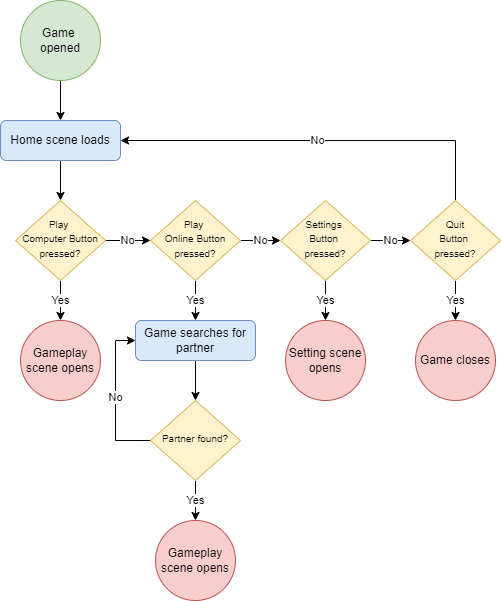
Before: HomeScene.png, a diagram exported from draw.io (zkturman/TiltaPong). Source tidied: cells renumbered, new cells last; positions are measured from the earlier drawing's top-left corner, leaving out a move shared by most shapes. Source of this version:
```xml
<mxGraphModel>
  <root>
    <mxCell id="0" />
    <mxCell id="1" parent="0" />
    <mxCell id="2" value="No" style="edgeStyle=orthogonalEdgeStyle;rounded=0;jettySize=auto;html=1;exitX=1;exitY=0.5;exitDx=0;exitDy=0;entryX=0;entryY=0.5;entryDx=0;entryDy=0;" parent="1" edge="1" source="4" target="9">
      <mxGeometry relative="1" as="geometry" />
    </mxCell>
    <mxCell id="3" value="Yes" style="edgeStyle=orthogonalEdgeStyle;rounded=0;jettySize=auto;html=1;exitX=0.5;exitY=1;exitDx=0;exitDy=0;entryX=0.5;entryY=0;entryDx=0;entryDy=0;" parent="1" edge="1" source="4" target="26">
      <mxGeometry relative="1" as="geometry" />
    </mxCell>
    <mxCell id="4" value="&lt;font style=&quot;font-size: 10px&quot;&gt;Play &lt;br&gt;Computer Button pressed?&lt;/font&gt;" style="rhombus;whiteSpace=wrap;html=1;shadow=0;fontFamily=Helvetica;fontSize=12;align=center;strokeWidth=1;spacing=6;spacingTop=-4;fillColor=#fff2cc;strokeColor=#d6b656;" parent="1" vertex="1">
      <mxGeometry x="15" y="200" width="90" height="80" as="geometry" />
    </mxCell>
    <mxCell id="5" style="edgeStyle=orthogonalEdgeStyle;rounded=0;jettySize=auto;html=1;exitX=0.5;exitY=1;exitDx=0;exitDy=0;" parent="1" edge="1" source="6" target="17">
      <mxGeometry relative="1" as="geometry" />
    </mxCell>
    <mxCell id="6" value="Game&amp;nbsp;&lt;br&gt;opened" style="ellipse;whiteSpace=wrap;html=1;fillColor=#d5e8d4;strokeColor=#82b366;" parent="1" vertex="1">
      <mxGeometry x="20" width="80" height="80" as="geometry" />
    </mxCell>
    <mxCell id="7" value="No" style="edgeStyle=orthogonalEdgeStyle;rounded=0;jettySize=auto;html=1;exitX=1;exitY=0.5;exitDx=0;exitDy=0;entryX=0;entryY=0.5;entryDx=0;entryDy=0;" parent="1" edge="1" source="9" target="12">
      <mxGeometry relative="1" as="geometry" />
    </mxCell>
    <mxCell id="8" value="Yes" style="edgeStyle=orthogonalEdgeStyle;rounded=0;jettySize=auto;html=1;exitX=0.5;exitY=1;exitDx=0;exitDy=0;" parent="1" edge="1" source="9" target="22">
      <mxGeometry relative="1" as="geometry" />
    </mxCell>
    <mxCell id="9" value="&lt;font style=&quot;font-size: 10px&quot;&gt;Play &lt;br&gt;Online Button pressed?&lt;/font&gt;" style="rhombus;whiteSpace=wrap;html=1;shadow=0;fontFamily=Helvetica;fontSize=12;align=center;strokeWidth=1;spacing=6;spacingTop=-4;fillColor=#fff2cc;strokeColor=#d6b656;" parent="1" vertex="1">
      <mxGeometry x="150" y="200" width="90" height="80" as="geometry" />
    </mxCell>
    <mxCell id="10" value="No" style="edgeStyle=orthogonalEdgeStyle;rounded=0;jettySize=auto;html=1;exitX=1;exitY=0.5;exitDx=0;exitDy=0;entryX=0;entryY=0.5;entryDx=0;entryDy=0;" parent="1" edge="1" source="12" target="15">
      <mxGeometry relative="1" as="geometry" />
    </mxCell>
    <mxCell id="11" value="Yes" style="edgeStyle=orthogonalEdgeStyle;rounded=0;jettySize=auto;html=1;exitX=0.5;exitY=1;exitDx=0;exitDy=0;" parent="1" edge="1" source="12" target="19">
      <mxGeometry relative="1" as="geometry" />
    </mxCell>
    <mxCell id="12" value="&lt;font style=&quot;font-size: 10px&quot;&gt;Settings &lt;br&gt;Button &lt;br&gt;pressed?&lt;/font&gt;" style="rhombus;whiteSpace=wrap;html=1;shadow=0;fontFamily=Helvetica;fontSize=12;align=center;strokeWidth=1;spacing=6;spacingTop=-4;fillColor=#fff2cc;strokeColor=#d6b656;" parent="1" vertex="1">
      <mxGeometry x="280" y="200" width="90" height="80" as="geometry" />
    </mxCell>
    <mxCell id="13" value="No" style="edgeStyle=orthogonalEdgeStyle;rounded=0;jettySize=auto;html=1;exitX=0.5;exitY=0;exitDx=0;exitDy=0;entryX=1;entryY=0.5;entryDx=0;entryDy=0;" parent="1" edge="1" source="15" target="17">
      <mxGeometry relative="1" as="geometry" />
    </mxCell>
    <mxCell id="14" value="Yes" style="edgeStyle=orthogonalEdgeStyle;rounded=0;jettySize=auto;html=1;exitX=0.5;exitY=1;exitDx=0;exitDy=0;" parent="1" edge="1" source="15" target="18">
      <mxGeometry relative="1" as="geometry" />
    </mxCell>
    <mxCell id="15" value="&lt;font style=&quot;font-size: 10px&quot;&gt;Quit&lt;br&gt;Button &lt;br&gt;pressed?&lt;/font&gt;" style="rhombus;whiteSpace=wrap;html=1;shadow=0;fontFamily=Helvetica;fontSize=12;align=center;strokeWidth=1;spacing=6;spacingTop=-4;fillColor=#fff2cc;strokeColor=#d6b656;" parent="1" vertex="1">
      <mxGeometry x="410" y="200" width="90" height="80" as="geometry" />
    </mxCell>
    <mxCell id="16" style="edgeStyle=orthogonalEdgeStyle;rounded=0;jettySize=auto;html=1;exitX=0.5;exitY=1;exitDx=0;exitDy=0;entryX=0.5;entryY=0;entryDx=0;entryDy=0;" parent="1" edge="1" source="17" target="4">
      <mxGeometry relative="1" as="geometry" />
    </mxCell>
    <mxCell id="17" value="Home scene loads" style="rounded=1;whiteSpace=wrap;html=1;fillColor=#dae8fc;strokeColor=#6c8ebf;" parent="1" vertex="1">
      <mxGeometry y="120" width="120" height="40" as="geometry" />
    </mxCell>
    <mxCell id="18" value="Game closes" style="ellipse;whiteSpace=wrap;html=1;fillColor=#f8cecc;strokeColor=#b85450;" parent="1" vertex="1">
      <mxGeometry x="415" y="320" width="80" height="80" as="geometry" />
    </mxCell>
    <mxCell id="19" value="Setting scene opens" style="ellipse;whiteSpace=wrap;html=1;fillColor=#f8cecc;strokeColor=#b85450;" parent="1" vertex="1">
      <mxGeometry x="285" y="320" width="80" height="80" as="geometry" />
    </mxCell>
    <mxCell id="20" value="Gameplay scene opens" style="ellipse;whiteSpace=wrap;html=1;fillColor=#f8cecc;strokeColor=#b85450;" parent="1" vertex="1">
      <mxGeometry x="155" y="520" width="80" height="80" as="geometry" />
    </mxCell>
    <mxCell id="21" style="edgeStyle=orthogonalEdgeStyle;rounded=0;jettySize=auto;html=1;exitX=0.5;exitY=1;exitDx=0;exitDy=0;entryX=0.5;entryY=0;entryDx=0;entryDy=0;" parent="1" edge="1" source="22" target="25">
      <mxGeometry relative="1" as="geometry" />
    </mxCell>
    <mxCell id="22" value="Game searches for partner" style="rounded=1;whiteSpace=wrap;html=1;fillColor=#dae8fc;strokeColor=#6c8ebf;" parent="1" vertex="1">
      <mxGeometry x="135" y="320" width="120" height="40" as="geometry" />
    </mxCell>
    <mxCell id="23" value="No" style="edgeStyle=orthogonalEdgeStyle;rounded=0;jettySize=auto;html=1;exitX=0;exitY=0.5;exitDx=0;exitDy=0;entryX=0;entryY=0.5;entryDx=0;entryDy=0;" parent="1" edge="1" source="25" target="22">
      <mxGeometry relative="1" as="geometry" />
    </mxCell>
    <mxCell id="24" value="Yes" style="edgeStyle=orthogonalEdgeStyle;rounded=0;jettySize=auto;html=1;exitX=0.5;exitY=1;exitDx=0;exitDy=0;" parent="1" edge="1" source="25" target="20">
      <mxGeometry relative="1" as="geometry" />
    </mxCell>
    <mxCell id="25" value="&lt;span style=&quot;font-size: 10px&quot;&gt;Partner found?&lt;/span&gt;" style="rhombus;whiteSpace=wrap;html=1;shadow=0;fontFamily=Helvetica;fontSize=12;align=center;strokeWidth=1;spacing=6;spacingTop=-4;fillColor=#fff2cc;strokeColor=#d6b656;" parent="1" vertex="1">
      <mxGeometry x="150" y="400" width="90" height="80" as="geometry" />
    </mxCell>
    <mxCell id="26" value="Gameplay scene opens" style="ellipse;whiteSpace=wrap;html=1;fillColor=#f8cecc;strokeColor=#b85450;" parent="1" vertex="1">
      <mxGeometry x="20" y="320" width="80" height="80" as="geometry" />
    </mxCell>
  </root>
</mxGraphModel>
```
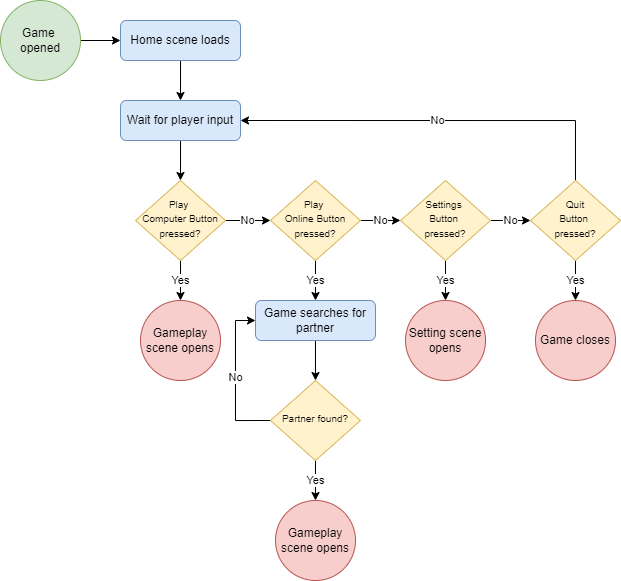
After the change.

Diff of the diagram source:
```diff
@@ -11,11 +11,11 @@
     <mxCell id="4" value="&lt;font style=&quot;font-size: 10px&quot;&gt;Play &lt;br&gt;Computer Button pressed?&lt;/font&gt;" style="rhombus;whiteSpace=wrap;html=1;shadow=0;fontFamily=Helvetica;fontSize=12;align=center;strokeWidth=1;spacing=6;spacingTop=-4;fillColor=#fff2cc;strokeColor=#d6b656;" parent="1" vertex="1">
       <mxGeometry x="15" y="200" width="90" height="80" as="geometry" />
     </mxCell>
-    <mxCell id="5" style="edgeStyle=orthogonalEdgeStyle;rounded=0;jettySize=auto;html=1;exitX=0.5;exitY=1;exitDx=0;exitDy=0;" parent="1" edge="1" source="6" target="17">
+    <mxCell id="5" style="edgeStyle=orthogonalEdgeStyle;rounded=0;jettySize=auto;html=1;exitX=1;exitY=0.5;exitDx=0;exitDy=0;" parent="1" edge="1" source="6" target="17">
       <mxGeometry relative="1" as="geometry" />
     </mxCell>
     <mxCell id="6" value="Game&amp;nbsp;&lt;br&gt;opened" style="ellipse;whiteSpace=wrap;html=1;fillColor=#d5e8d4;strokeColor=#82b366;" parent="1" vertex="1">
-      <mxGeometry x="20" width="80" height="80" as="geometry" />
+      <mxGeometry x="-120" y="20" width="80" height="80" as="geometry" />
     </mxCell>
     <mxCell id="7" value="No" style="edgeStyle=orthogonalEdgeStyle;rounded=0;jettySize=auto;html=1;exitX=1;exitY=0.5;exitDx=0;exitDy=0;entryX=0;entryY=0.5;entryDx=0;entryDy=0;" parent="1" edge="1" source="9" target="12">
       <mxGeometry relative="1" as="geometry" />
@@ -35,7 +35,7 @@
     <mxCell id="12" value="&lt;font style=&quot;font-size: 10px&quot;&gt;Settings &lt;br&gt;Button &lt;br&gt;pressed?&lt;/font&gt;" style="rhombus;whiteSpace=wrap;html=1;shadow=0;fontFamily=Helvetica;fontSize=12;align=center;strokeWidth=1;spacing=6;spacingTop=-4;fillColor=#fff2cc;strokeColor=#d6b656;" parent="1" vertex="1">
       <mxGeometry x="280" y="200" width="90" height="80" as="geometry" />
     </mxCell>
-    <mxCell id="13" value="No" style="edgeStyle=orthogonalEdgeStyle;rounded=0;jettySize=auto;html=1;exitX=0.5;exitY=0;exitDx=0;exitDy=0;entryX=1;entryY=0.5;entryDx=0;entryDy=0;" parent="1" edge="1" source="15" target="17">
+    <mxCell id="13" value="No" style="edgeStyle=orthogonalEdgeStyle;rounded=0;jettySize=auto;html=1;exitX=0.5;exitY=0;exitDx=0;exitDy=0;entryX=1;entryY=0.5;entryDx=0;entryDy=0;" parent="1" edge="1" source="15" target="29">
       <mxGeometry relative="1" as="geometry" />
     </mxCell>
     <mxCell id="14" value="Yes" style="edgeStyle=orthogonalEdgeStyle;rounded=0;jettySize=auto;html=1;exitX=0.5;exitY=1;exitDx=0;exitDy=0;" parent="1" edge="1" source="15" target="18">
@@ -44,11 +44,11 @@
     <mxCell id="15" value="&lt;font style=&quot;font-size: 10px&quot;&gt;Quit&lt;br&gt;Button &lt;br&gt;pressed?&lt;/font&gt;" style="rhombus;whiteSpace=wrap;html=1;shadow=0;fontFamily=Helvetica;fontSize=12;align=center;strokeWidth=1;spacing=6;spacingTop=-4;fillColor=#fff2cc;strokeColor=#d6b656;" parent="1" vertex="1">
       <mxGeometry x="410" y="200" width="90" height="80" as="geometry" />
     </mxCell>
-    <mxCell id="16" style="edgeStyle=orthogonalEdgeStyle;rounded=0;jettySize=auto;html=1;exitX=0.5;exitY=1;exitDx=0;exitDy=0;entryX=0.5;entryY=0;entryDx=0;entryDy=0;" parent="1" edge="1" source="17" target="4">
-      <mxGeometry relative="1" as="geometry" />
-    </mxCell>
+    <mxCell id="27" style="edgeStyle=orthogonalEdgeStyle;rounded=0;jettySize=auto;html=1;exitX=0.5;exitY=1;exitDx=0;exitDy=0;" parent="1" edge="1" source="17" target="29">
+      <mxGeometry relative="1" as="geometry" />
+    </mxCell>
     <mxCell id="17" value="Home scene loads" style="rounded=1;whiteSpace=wrap;html=1;fillColor=#dae8fc;strokeColor=#6c8ebf;" parent="1" vertex="1">
-      <mxGeometry y="120" width="120" height="40" as="geometry" />
+      <mxGeometry y="40" width="120" height="40" as="geometry" />
     </mxCell>
     <mxCell id="18" value="Game closes" style="ellipse;whiteSpace=wrap;html=1;fillColor=#f8cecc;strokeColor=#b85450;" parent="1" vertex="1">
       <mxGeometry x="415" y="320" width="80" height="80" as="geometry" />
@@ -77,5 +77,11 @@
     <mxCell id="26" value="Gameplay scene opens" style="ellipse;whiteSpace=wrap;html=1;fillColor=#f8cecc;strokeColor=#b85450;" parent="1" vertex="1">
       <mxGeometry x="20" y="320" width="80" height="80" as="geometry" />
     </mxCell>
+    <mxCell id="28" style="edgeStyle=orthogonalEdgeStyle;rounded=0;jettySize=auto;html=1;exitX=0.5;exitY=1;exitDx=0;exitDy=0;entryX=0.5;entryY=0;entryDx=0;entryDy=0;" parent="1" edge="1" source="29" target="4">
+      <mxGeometry relative="1" as="geometry" />
+    </mxCell>
+    <mxCell id="29" value="Wait for player input" style="rounded=1;whiteSpace=wrap;html=1;fillColor=#dae8fc;strokeColor=#6c8ebf;" parent="1" vertex="1">
+      <mxGeometry y="120" width="120" height="40" as="geometry" />
+    </mxCell>
   </root>
 </mxGraphModel>
```
